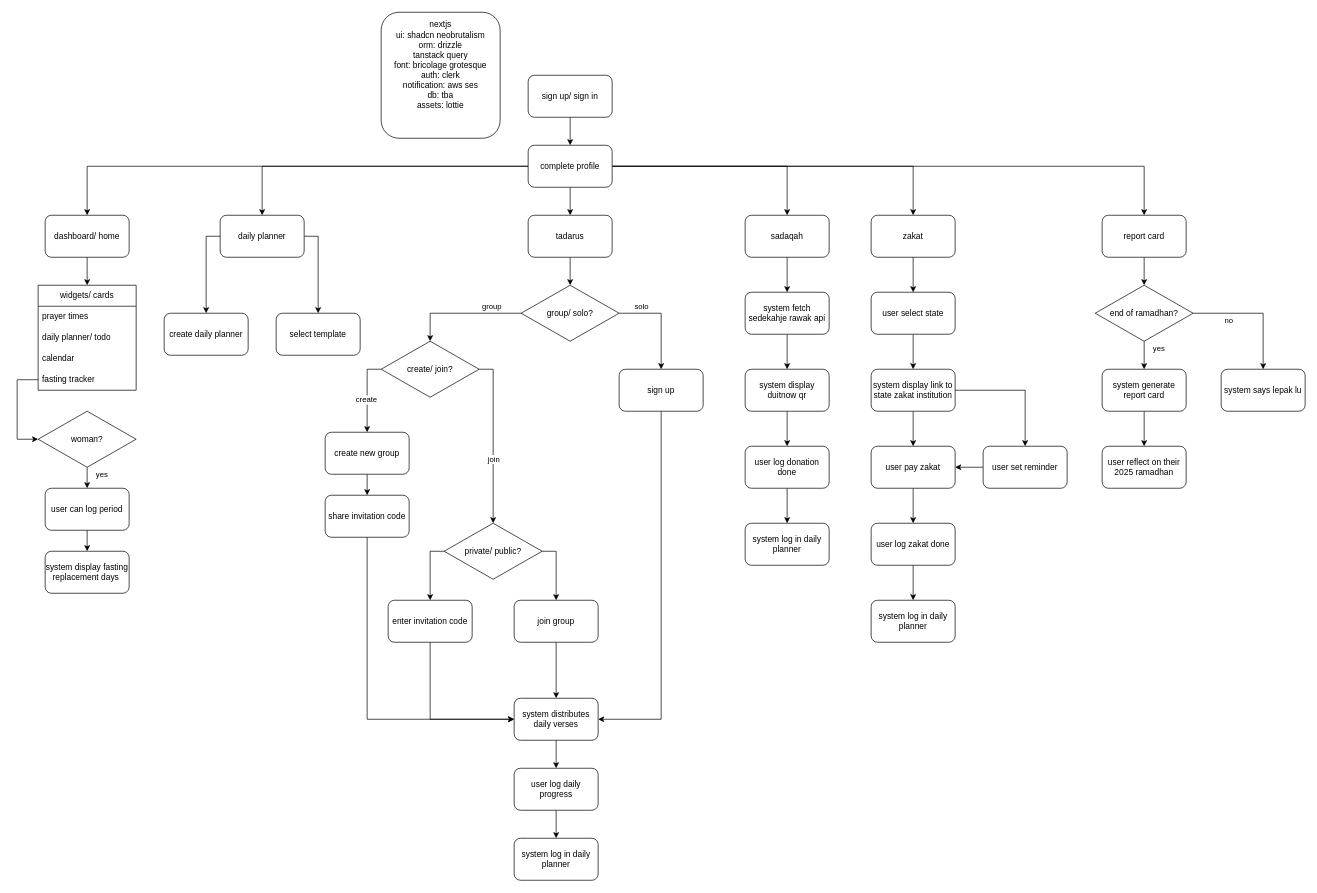
Above: tadarus-flowchart.drawio in khrnchn/tadarus (draw.io), before the change. Source tidied: cells renumbered, new cells numbered last; positions are measured from the earlier drawing's top-left corner, leaving out a move shared by most shapes. Both pictures are drawn from the tidied source at 70%, with x=0, y=0 at pixel (17, 12).
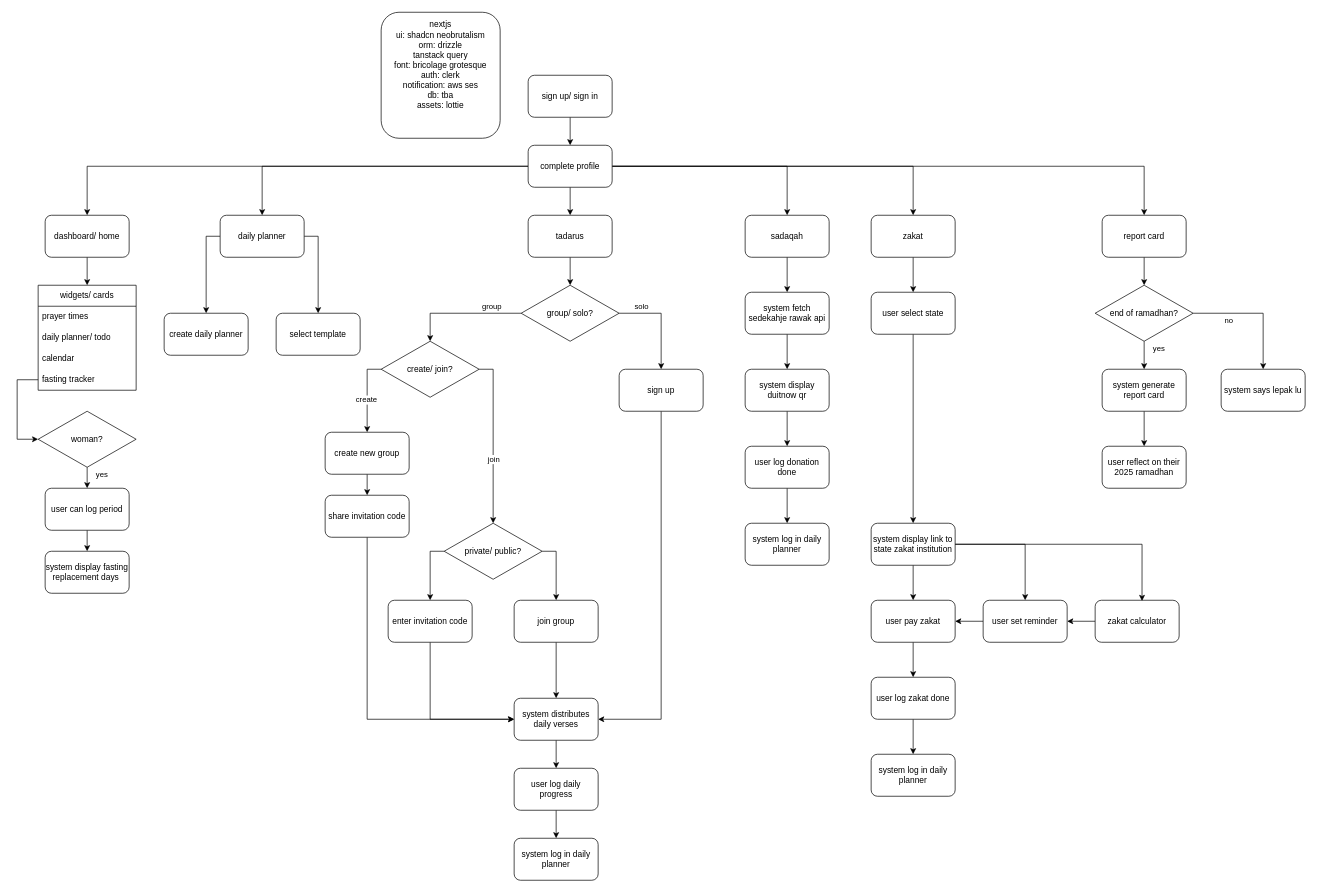
Above is the later version.

Commit message:
add zakat calculator

Diff of the diagram source:
```diff
@@
     <mxCell id="53" value="system display link to state zakat institution" style="rounded=1;whiteSpace=wrap;html=1;" parent="1" vertex="1">
-      <mxGeometry x="1220" y="510" width="120" height="60" as="geometry" />
+      <mxGeometry x="1220" y="730" width="120" height="60" as="geometry" />
     </mxCell>
@@
     <mxCell id="55" value="user pay zakat" style="rounded=1;whiteSpace=wrap;html=1;" parent="1" vertex="1">
-      <mxGeometry x="1220" y="620" width="120" height="60" as="geometry" />
+      <mxGeometry x="1220" y="840" width="120" height="60" as="geometry" />
     </mxCell>
@@
     <mxCell id="57" value="user set reminder" style="rounded=1;whiteSpace=wrap;html=1;" parent="1" vertex="1">
-      <mxGeometry x="1380" y="620" width="120" height="60" as="geometry" />
+      <mxGeometry x="1380" y="840" width="120" height="60" as="geometry" />
     </mxCell>
@@
     <mxCell id="59" value="user log zakat done" style="rounded=1;whiteSpace=wrap;html=1;" parent="1" vertex="1">
-      <mxGeometry x="1220" y="730" width="120" height="60" as="geometry" />
+      <mxGeometry x="1220" y="950" width="120" height="60" as="geometry" />
     </mxCell>
     <mxCell id="60" value="system log in daily planner" style="rounded=1;whiteSpace=wrap;html=1;" parent="1" vertex="1">
-      <mxGeometry x="1220" y="840" width="120" height="60" as="geometry" />
+      <mxGeometry x="1220" y="1060" width="120" height="60" as="geometry" />
     </mxCell>
@@
+    <mxCell id="95" style="edgeStyle=orthogonalEdgeStyle;rounded=0;jettySize=auto;html=1;exitX=0;exitY=0.5;exitDx=0;exitDy=0;entryX=1;entryY=0.5;entryDx=0;entryDy=0;" parent="1" edge="1" source="96" target="57">
+      <mxGeometry relative="1" as="geometry" />
+    </mxCell>
+    <mxCell id="96" value="zakat calculator" style="rounded=1;whiteSpace=wrap;html=1;" parent="1" vertex="1">
+      <mxGeometry x="1540" y="840" width="120" height="60" as="geometry" />
+    </mxCell>
+    <mxCell id="97" style="edgeStyle=orthogonalEdgeStyle;rounded=0;jettySize=auto;html=1;exitX=1;exitY=0.5;exitDx=0;exitDy=0;entryX=0.558;entryY=0.017;entryDx=0;entryDy=0;entryPerimeter=0;" parent="1" edge="1" source="53" target="96">
+      <mxGeometry relative="1" as="geometry" />
+    </mxCell>
```
